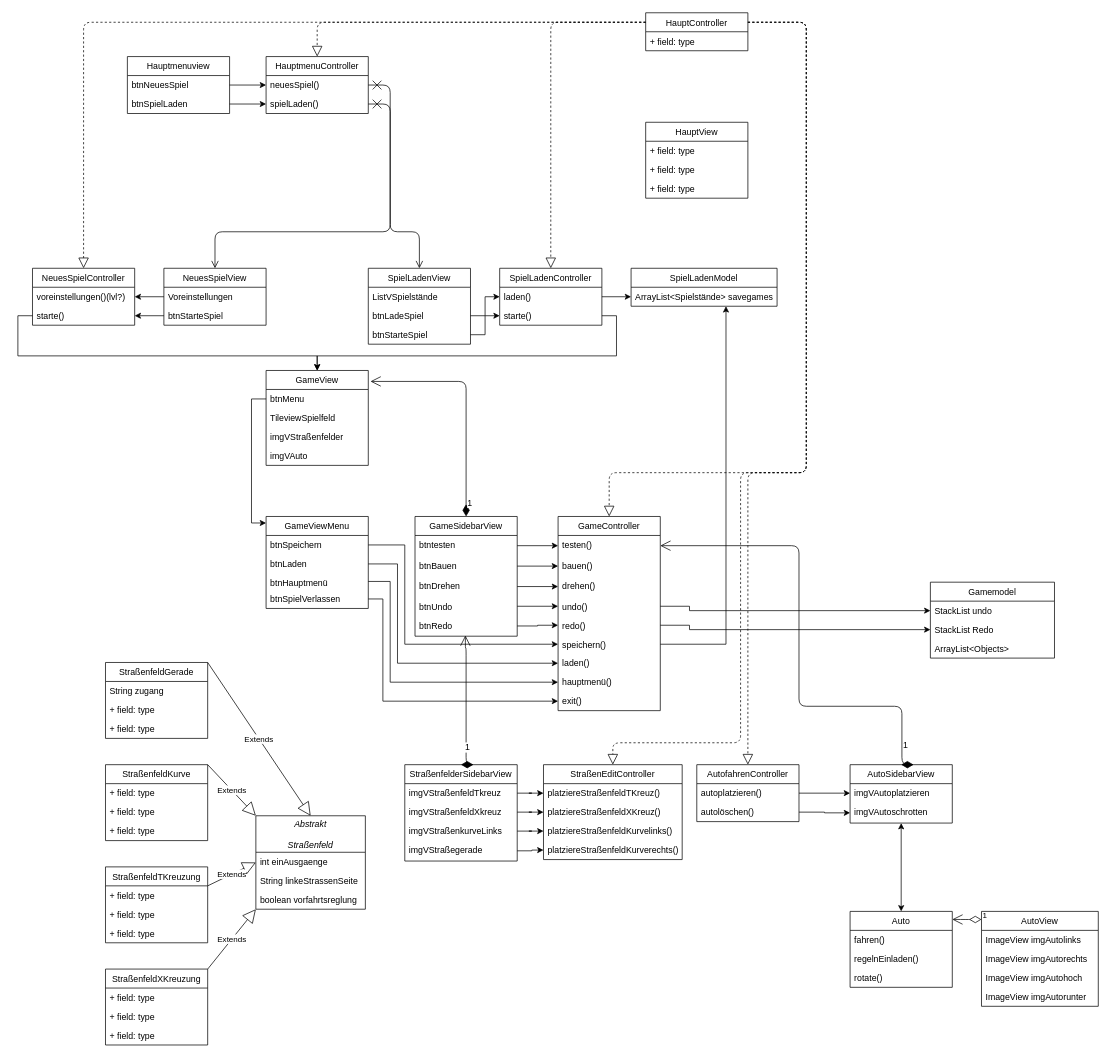
The draw.io diagram Untitled Diagram.drawio in fefuhr/SWT, before the edit. Source tidied: cells renumbered, new cells numbered last; positions are measured from the earlier drawing's top-left corner, leaving out a move shared by most shapes. Both pictures are drawn from the tidied source at 73%, with x=0, y=0 at pixel (18, 12).
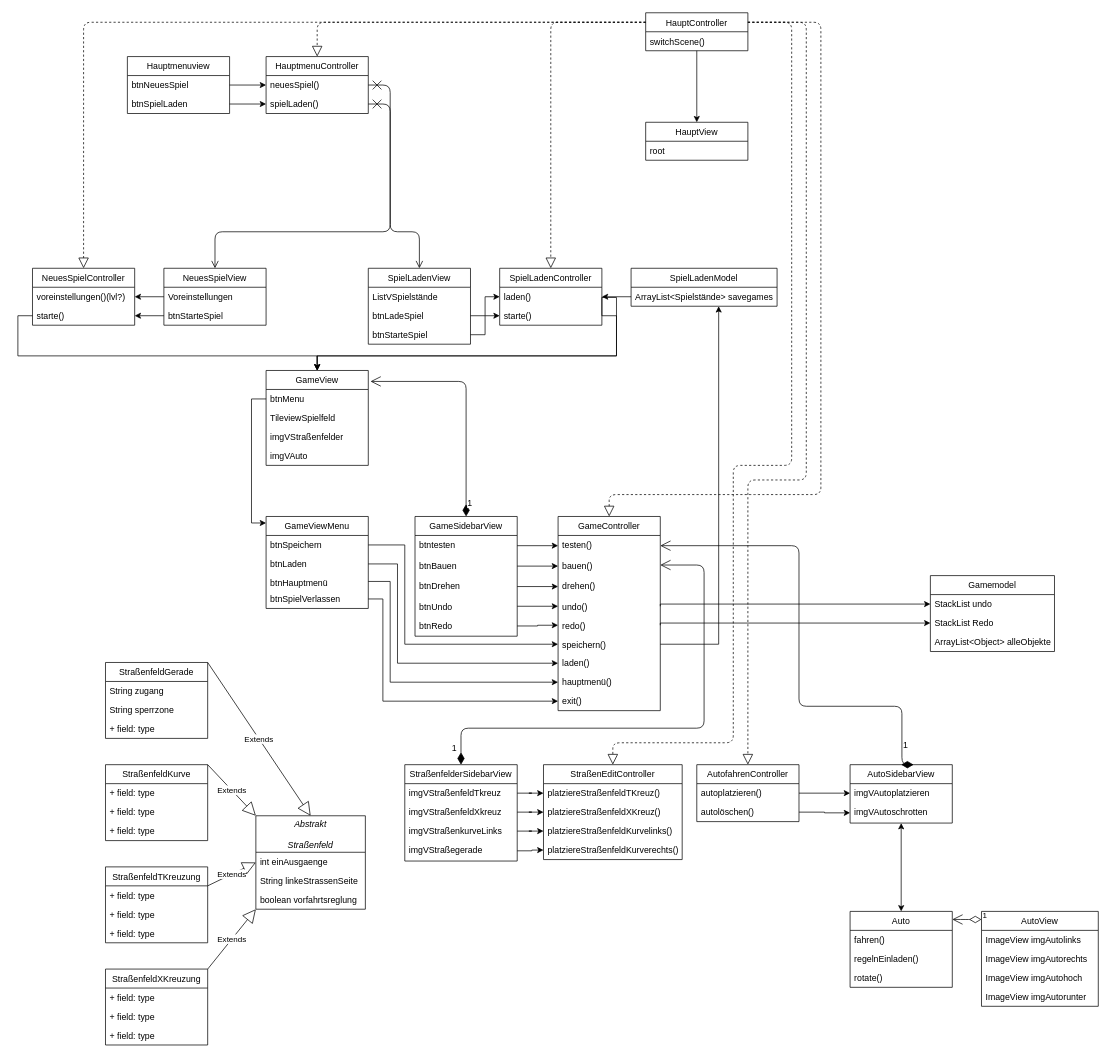
Above is the later version.

The change refers to these unchanged cells:
```xml
<mxCell id="18" value="laden()" style="text;strokeColor=none;fillColor=none;align=left;verticalAlign=top;spacingLeft=4;spacingRight=4;overflow=hidden;points=[[0,0.5],[1,0.5]];portConstraint=eastwest;" parent="17" vertex="1">
  <mxGeometry y="26" width="140" height="26" as="geometry" />
</mxCell>
<mxCell id="23" value="HauptController" style="swimlane;fontStyle=0;horizontal=1;startSize=26;fillColor=none;" parent="1" vertex="1">
  <mxGeometry x="860" width="140" height="52" as="geometry" />
</mxCell>
<mxCell id="29" value="SpielLadenModel" style="swimlane;fontStyle=0;horizontal=1;startSize=26;fillColor=none;" parent="1" vertex="1">
  <mxGeometry x="840" y="350" width="200" height="52" as="geometry" />
</mxCell>
<mxCell id="30" value="ArrayList&lt;Spielstände&gt; savegames" style="text;strokeColor=none;fillColor=none;align=left;verticalAlign=top;spacingLeft=4;spacingRight=4;overflow=hidden;points=[[0,0.5],[1,0.5]];portConstraint=eastwest;" parent="29" vertex="1">
  <mxGeometry y="26" width="200" height="26" as="geometry" />
</mxCell>
<mxCell id="36" value="btnRedo&#10;" style="text;strokeColor=none;fillColor=none;align=left;verticalAlign=top;spacingLeft=4;spacingRight=4;overflow=hidden;points=[[0,0.5],[1,0.5]];portConstraint=eastwest;" parent="31" vertex="1">
  <mxGeometry y="136" width="140" height="28" as="geometry" />
</mxCell>
<mxCell id="57" value="GameController" style="swimlane;fontStyle=0;horizontal=1;startSize=26;fillColor=none;" parent="1" vertex="1">
  <mxGeometry x="740" y="690" width="140" height="266" as="geometry" />
</mxCell>
<mxCell id="61" value="undo()" style="text;strokeColor=none;fillColor=none;align=left;verticalAlign=top;spacingLeft=4;spacingRight=4;overflow=hidden;points=[[0,0.5],[1,0.5]];portConstraint=eastwest;" parent="57" vertex="1">
  <mxGeometry y="110" width="140" height="26" as="geometry" />
</mxCell>
<mxCell id="62" value="redo()" style="text;strokeColor=none;fillColor=none;align=left;verticalAlign=top;spacingLeft=4;spacingRight=4;overflow=hidden;points=[[0,0.5],[1,0.5]];portConstraint=eastwest;" parent="57" vertex="1">
  <mxGeometry y="136" width="140" height="26" as="geometry" />
</mxCell>
<mxCell id="63" value="speichern()" style="text;strokeColor=none;fillColor=none;align=left;verticalAlign=top;spacingLeft=4;spacingRight=4;overflow=hidden;points=[[0,0.5],[1,0.5]];portConstraint=eastwest;" parent="57" vertex="1">
  <mxGeometry y="162" width="140" height="26" as="geometry" />
</mxCell>
<mxCell id="80" value="StraßenfeldGerade" style="swimlane;fontStyle=0;horizontal=1;startSize=26;fillColor=none;" parent="1" vertex="1">
  <mxGeometry x="120" y="890" width="140" height="104" as="geometry" />
</mxCell>
<mxCell id="126" value="StraßenfelderSidebarView" style="swimlane;fontStyle=0;horizontal=1;startSize=26;fillColor=none;" parent="1" vertex="1">
  <mxGeometry x="530" y="1030" width="154" height="132" as="geometry" />
</mxCell>
<mxCell id="134" value="AutofahrenController" style="swimlane;fontStyle=0;horizontal=1;startSize=26;fillColor=none;" parent="1" vertex="1">
  <mxGeometry x="930" y="1030" width="140" height="78" as="geometry" />
</mxCell>
<mxCell id="137" value="StraßenEditController" style="swimlane;fontStyle=0;horizontal=1;startSize=26;fillColor=none;" parent="1" vertex="1">
  <mxGeometry x="720" y="1030" width="190" height="130" as="geometry" />
</mxCell>
<mxCell id="146" value="StackList undo" style="text;strokeColor=none;fillColor=none;align=left;verticalAlign=top;spacingLeft=4;spacingRight=4;overflow=hidden;points=[[0,0.5],[1,0.5]];portConstraint=eastwest;" parent="145" vertex="1">
  <mxGeometry y="26" width="170" height="26" as="geometry" />
</mxCell>
<mxCell id="147" value="StackList Redo" style="text;strokeColor=none;fillColor=none;align=left;verticalAlign=top;spacingLeft=4;spacingRight=4;overflow=hidden;points=[[0,0.5],[1,0.5]];portConstraint=eastwest;" parent="145" vertex="1">
  <mxGeometry y="52" width="170" height="26" as="geometry" />
</mxCell>
```

Diff of the diagram source:
```diff
@@
+    <mxCell id="149" style="edgeStyle=orthogonalEdgeStyle;rounded=0;jettySize=auto;html=1;exitX=0.5;exitY=1;exitDx=0;exitDy=0;entryX=0.5;entryY=0;entryDx=0;entryDy=0;fontSize=12;" parent="1" edge="1" source="23" target="25">
+      <mxGeometry relative="1" as="geometry" />
+    </mxCell>
@@
-    <mxCell id="24" value="+ field: type" style="text;strokeColor=none;fillColor=none;align=left;verticalAlign=top;spacingLeft=4;spacingRight=4;overflow=hidden;" parent="23" vertex="1">
+    <mxCell id="24" value="switchScene()" style="text;strokeColor=none;fillColor=none;align=left;verticalAlign=top;spacingLeft=4;spacingRight=4;overflow=hidden;" parent="23" vertex="1">
       <mxGeometry y="26" width="140" height="26" as="geometry" />
     </mxCell>
     <mxCell id="25" value="HauptView" style="swimlane;fontStyle=0;horizontal=1;startSize=26;fillColor=none;" parent="1" vertex="1">
-      <mxGeometry x="860" y="150" width="140" height="104" as="geometry" />
+      <mxGeometry x="860" y="150" width="140" height="52" as="geometry" />
     </mxCell>
-    <mxCell id="26" value="+ field: type" style="text;strokeColor=none;fillColor=none;align=left;verticalAlign=top;spacingLeft=4;spacingRight=4;overflow=hidden;" parent="25" vertex="1">
+    <mxCell id="26" value="root" style="text;strokeColor=none;fillColor=none;align=left;verticalAlign=top;spacingLeft=4;spacingRight=4;overflow=hidden;" parent="25" vertex="1">
       <mxGeometry y="26" width="140" height="26" as="geometry" />
     </mxCell>
-    <mxCell id="27" value="+ field: type" style="text;strokeColor=none;fillColor=none;align=left;verticalAlign=top;spacingLeft=4;spacingRight=4;overflow=hidden;" parent="25" vertex="1">
-      <mxGeometry y="52" width="140" height="26" as="geometry" />
-    </mxCell>
-    <mxCell id="28" value="+ field: type" style="text;strokeColor=none;fillColor=none;align=left;verticalAlign=top;spacingLeft=4;spacingRight=4;overflow=hidden;" parent="25" vertex="1">
-      <mxGeometry y="78" width="140" height="26" as="geometry" />
-    </mxCell>
@@
     <mxCell id="55" style="endArrow=block;dashed=1;endFill=0;endSize=12;html=1;exitX=1;exitY=0.25;exitDx=0;exitDy=0;entryX=0.5;entryY=0;entryDx=0;entryDy=0;" parent="1" edge="1" source="23" target="134">
       <mxGeometry relative="1" as="geometry">
         <Array as="points">
           <mxPoint x="1080" y="13" />
           <mxPoint x="1080" y="390" />
-          <mxPoint x="1080" y="630" />
-          <mxPoint x="1000" y="630" />
+          <mxPoint x="1080" y="640" />
+          <mxPoint x="1000" y="640" />
         </Array>
       </mxGeometry>
     </mxCell>
@@
     <mxCell id="68" style="endArrow=block;dashed=1;endFill=0;endSize=12;html=1;exitX=1;exitY=0.25;exitDx=0;exitDy=0;entryX=0.5;entryY=0;entryDx=0;entryDy=0;" parent="1" edge="1" source="23" target="57">
       <mxGeometry relative="1" as="geometry">
         <Array as="points">
-          <mxPoint x="1080" y="13" />
-          <mxPoint x="1080" y="390" />
-          <mxPoint x="1080" y="630" />
-          <mxPoint x="1000" y="630" />
-          <mxPoint x="810" y="630" />
+          <mxPoint x="1100" y="13" />
+          <mxPoint x="1100" y="390" />
+          <mxPoint x="1100" y="660" />
+          <mxPoint x="1010" y="660" />
+          <mxPoint x="810" y="660" />
         </Array>
       </mxGeometry>
     </mxCell>
@@
-    <mxCell id="73" value="1" style="endArrow=open;html=1;endSize=12;startArrow=diamondThin;startSize=14;startFill=1;edgeStyle=orthogonalEdgeStyle;align=left;verticalAlign=bottom;fontSize=12;exitX=0.5;exitY=0;exitDx=0;exitDy=0;entryX=0.493;entryY=0.964;entryDx=0;entryDy=0;entryPerimeter=0;" parent="1" edge="1" source="126" target="36">
+    <mxCell id="73" value="1" style="endArrow=open;html=1;endSize=12;startArrow=diamondThin;startSize=14;startFill=1;edgeStyle=orthogonalEdgeStyle;align=left;verticalAlign=bottom;fontSize=12;exitX=0.5;exitY=0;exitDx=0;exitDy=0;entryX=1;entryY=0.25;entryDx=0;entryDy=0;" parent="1" edge="1" source="126" target="57">
       <mxGeometry x="-0.96" y="14" relative="1" as="geometry">
         <Array as="points">
-          <mxPoint x="614" y="870" />
-          <mxPoint x="613" y="870" />
+          <mxPoint x="607" y="980" />
+          <mxPoint x="940" y="980" />
+          <mxPoint x="940" y="756" />
         </Array>
       </mxGeometry>
     </mxCell>
@@
     <mxCell id="78" style="endArrow=block;dashed=1;endFill=0;endSize=12;html=1;exitX=1;exitY=0.25;exitDx=0;exitDy=0;entryX=0.5;entryY=0;entryDx=0;entryDy=0;" parent="1" edge="1" source="23" target="137">
       <mxGeometry relative="1" as="geometry">
         <Array as="points">
-          <mxPoint x="1080" y="13" />
-          <mxPoint x="1080" y="390" />
-          <mxPoint x="1080" y="630" />
-          <mxPoint x="990" y="630" />
-          <mxPoint x="990" y="1000" />
+          <mxPoint x="1060" y="13" />
+          <mxPoint x="1060" y="390" />
+          <mxPoint x="1060" y="620" />
+          <mxPoint x="980" y="620" />
+          <mxPoint x="980" y="1000" />
           <mxPoint x="815" y="1000" />
         </Array>
       </mxGeometry>
     </mxCell>
@@
-    <mxCell id="82" value="+ field: type" style="text;strokeColor=none;fillColor=none;align=left;verticalAlign=top;spacingLeft=4;spacingRight=4;overflow=hidden;" parent="80" vertex="1">
+    <mxCell id="82" value="String sperrzone" style="text;strokeColor=none;fillColor=none;align=left;verticalAlign=top;spacingLeft=4;spacingRight=4;overflow=hidden;" parent="80" vertex="1">
       <mxGeometry y="52" width="140" height="26" as="geometry" />
     </mxCell>
@@
     <mxCell id="106" style="edgeStyle=orthogonalEdgeStyle;rounded=0;jettySize=auto;html=1;exitX=1;exitY=0.5;exitDx=0;exitDy=0;entryX=0;entryY=0.5;entryDx=0;entryDy=0;fontSize=12;" parent="1" edge="1" source="61" target="146">
       <mxGeometry relative="1" as="geometry">
         <Array as="points">
-          <mxPoint x="920" y="813" />
-          <mxPoint x="920" y="819" />
+          <mxPoint x="880" y="810" />
         </Array>
       </mxGeometry>
     </mxCell>
     <mxCell id="107" style="edgeStyle=orthogonalEdgeStyle;rounded=0;jettySize=auto;html=1;exitX=1;exitY=0.5;exitDx=0;exitDy=0;entryX=0;entryY=0.5;entryDx=0;entryDy=0;fontSize=12;" parent="1" edge="1" source="62" target="147">
       <mxGeometry relative="1" as="geometry">
         <Array as="points">
-          <mxPoint x="920" y="839" />
-          <mxPoint x="920" y="845" />
+          <mxPoint x="880" y="836" />
         </Array>
       </mxGeometry>
     </mxCell>
@@
-    <mxCell id="112" style="edgeStyle=orthogonalEdgeStyle;rounded=0;jettySize=auto;html=1;fontSize=12;" parent="1" edge="1" source="18" target="30">
-      <mxGeometry relative="1" as="geometry" />
-    </mxCell>
@@
     <mxCell id="115" style="edgeStyle=orthogonalEdgeStyle;rounded=0;jettySize=auto;html=1;fontSize=12;" parent="1" edge="1" source="63" target="29">
       <mxGeometry relative="1" as="geometry">
         <Array as="points">
-          <mxPoint x="970" y="865" />
+          <mxPoint x="960" y="865" />
         </Array>
       </mxGeometry>
     </mxCell>
@@
     <mxCell id="145" value="Gamemodel" style="swimlane;fontStyle=0;horizontal=1;startSize=26;fillColor=none;" parent="1" vertex="1">
-      <mxGeometry x="1250" y="780" width="170" height="104" as="geometry" />
+      <mxGeometry x="1250" y="771" width="170" height="104" as="geometry" />
     </mxCell>
@@
-    <mxCell id="148" value="ArrayList&lt;Objects&gt;" style="text;strokeColor=none;fillColor=none;align=left;verticalAlign=top;spacingLeft=4;spacingRight=4;overflow=hidden;" parent="145" vertex="1">
+    <mxCell id="148" value="ArrayList&lt;Object&gt; alleObjekte" style="text;strokeColor=none;fillColor=none;align=left;verticalAlign=top;spacingLeft=4;spacingRight=4;overflow=hidden;" parent="145" vertex="1">
       <mxGeometry y="78" width="170" height="26" as="geometry" />
     </mxCell>
+    <mxCell id="150" style="edgeStyle=orthogonalEdgeStyle;rounded=0;jettySize=auto;html=1;fontSize=12;" parent="1" edge="1" source="30" target="18">
+      <mxGeometry relative="1" as="geometry" />
+    </mxCell>
+    <mxCell id="151" style="edgeStyle=orthogonalEdgeStyle;rounded=0;orthogonalLoop=1;jettySize=auto;html=1;exitX=1;exitY=0.5;exitDx=0;exitDy=0;entryX=0.5;entryY=0;entryDx=0;entryDy=0;fontSize=12;" parent="1" edge="1">
+      <mxGeometry relative="1" as="geometry">
+        <mxPoint x="800" y="415" as="sourcePoint" />
+        <mxPoint x="410" y="490" as="targetPoint" />
+        <Array as="points">
+          <mxPoint x="800" y="390" />
+          <mxPoint x="820" y="390" />
+          <mxPoint x="820" y="470" />
+          <mxPoint x="410" y="470" />
+        </Array>
+      </mxGeometry>
+    </mxCell>
```
